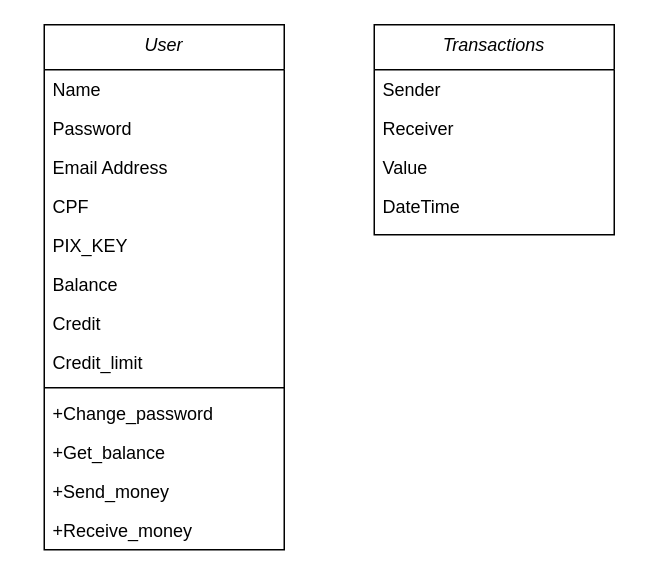
Earlier version of the draw.io diagram BancoAppDraw.drawio (Enriquenf07/BankWebApp-Django). Source tidied: cells renumbered, new cells numbered last; positions are measured from the earlier drawing's top-left corner, leaving out a move shared by most shapes. Both pictures are drawn from the tidied source at 150%, with x=0, y=0 at pixel (44, 24).
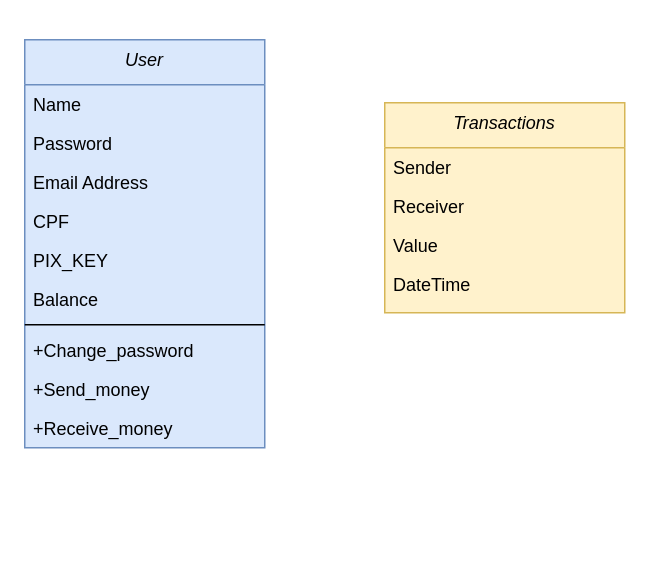
The same page after the edit.

Change to the diagram source:
```diff
@@
-    <mxCell id="2" value="User" style="swimlane;fontStyle=2;align=center;verticalAlign=top;horizontal=1;startSize=30;rounded=0;shadow=0;strokeWidth=1;" parent="1" vertex="1">
-      <mxGeometry width="160" height="350" as="geometry" />
+    <mxCell id="2" value="User" style="swimlane;fontStyle=2;align=center;verticalAlign=top;horizontal=1;startSize=30;rounded=0;shadow=0;strokeWidth=1;fillColor=#dae8fc;strokeColor=#6c8ebf;swimlaneFillColor=#dae8fc;" parent="1" vertex="1">
+      <mxGeometry x="-13" y="10" width="160" height="272" as="geometry" />
     </mxCell>
@@
-    <mxCell id="9" value="Credit" style="text;align=left;verticalAlign=top;spacingLeft=4;spacingRight=4;overflow=hidden;rounded=0;shadow=0;html=0;" parent="2" vertex="1">
-      <mxGeometry y="186" width="160" height="26" as="geometry" />
-    </mxCell>
-    <mxCell id="10" value="Credit_limit" style="text;align=left;verticalAlign=top;spacingLeft=4;spacingRight=4;overflow=hidden;rounded=0;shadow=0;html=0;" parent="2" vertex="1">
-      <mxGeometry y="212" width="160" height="26" as="geometry" />
-    </mxCell>
     <mxCell id="11" style="line;html=1;strokeWidth=1;align=left;verticalAlign=middle;spacingTop=-1;spacingLeft=3;spacingRight=3;labelPosition=right;" parent="2" vertex="1">
-      <mxGeometry y="238" width="160" height="8" as="geometry" />
+      <mxGeometry y="186" width="160" height="8" as="geometry" />
     </mxCell>
     <mxCell id="12" value="+Change_password" style="text;align=left;verticalAlign=top;spacingLeft=4;spacingRight=4;overflow=hidden;rounded=0;shadow=0;html=0;" parent="2" vertex="1">
-      <mxGeometry y="246" width="160" height="26" as="geometry" />
+      <mxGeometry y="194" width="160" height="26" as="geometry" />
     </mxCell>
-    <mxCell id="13" value="+Get_balance" style="text;align=left;verticalAlign=top;spacingLeft=4;spacingRight=4;overflow=hidden;rounded=0;shadow=0;html=0;" parent="2" vertex="1">
-      <mxGeometry y="272" width="160" height="26" as="geometry" />
-    </mxCell>
     <mxCell id="14" value="+Send_money" style="text;align=left;verticalAlign=top;spacingLeft=4;spacingRight=4;overflow=hidden;rounded=0;shadow=0;html=0;" parent="2" vertex="1">
-      <mxGeometry y="298" width="160" height="26" as="geometry" />
+      <mxGeometry y="220" width="160" height="26" as="geometry" />
     </mxCell>
     <mxCell id="15" value="+Receive_money" style="text;align=left;verticalAlign=top;spacingLeft=4;spacingRight=4;overflow=hidden;rounded=0;shadow=0;html=0;" parent="2" vertex="1">
-      <mxGeometry y="324" width="160" height="26" as="geometry" />
+      <mxGeometry y="246" width="160" height="26" as="geometry" />
     </mxCell>
-    <mxCell id="16" value="Transactions" style="swimlane;fontStyle=2;align=center;verticalAlign=top;horizontal=1;startSize=30;rounded=0;shadow=0;strokeWidth=1;" parent="1" vertex="1">
-      <mxGeometry x="220" width="160" height="140" as="geometry" />
+    <mxCell id="16" value="Transactions" style="swimlane;fontStyle=2;align=center;verticalAlign=top;horizontal=1;startSize=30;rounded=0;shadow=0;strokeWidth=1;fillColor=#fff2cc;strokeColor=#d6b656;swimlaneFillColor=#fff2cc;" parent="1" vertex="1">
+      <mxGeometry x="227" y="52" width="160" height="140" as="geometry" />
     </mxCell>
```
